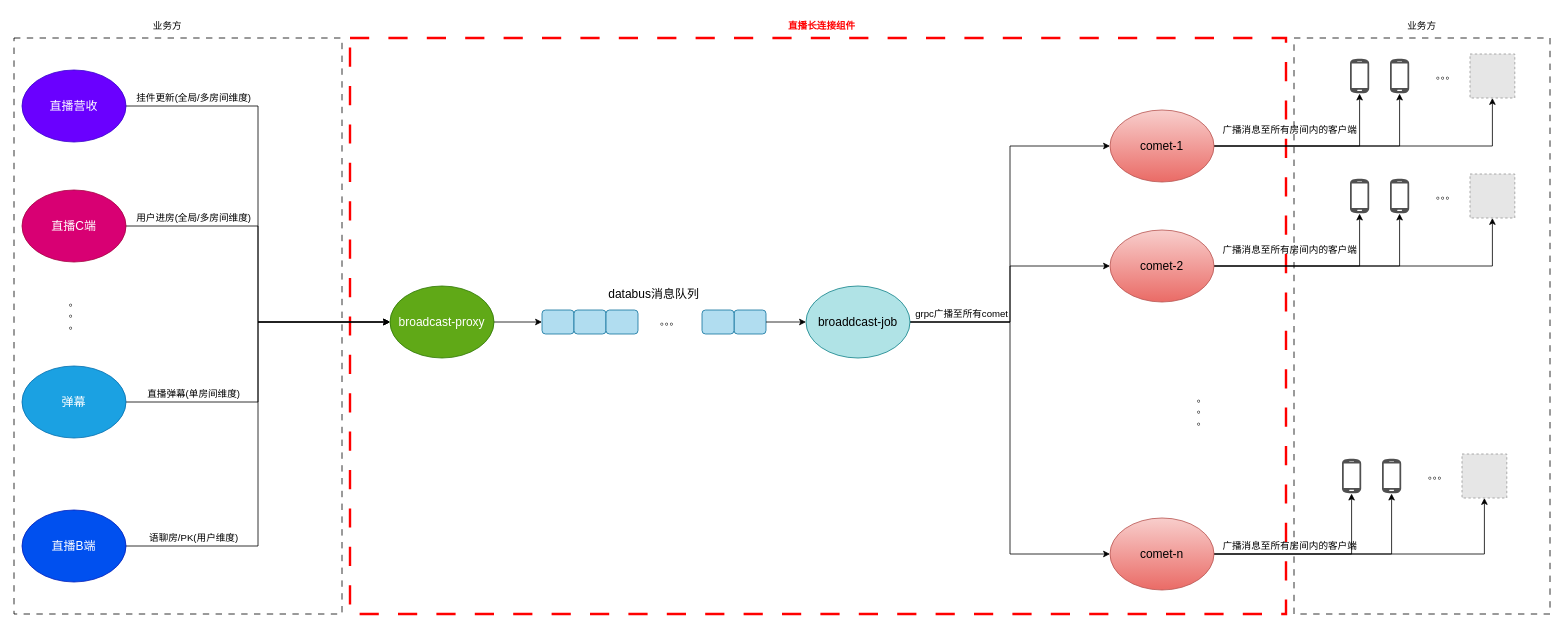
Before: 直播长连接基础架构.drawio in smartcharles/tech_draw, a draw.io diagram. Source tidied: cells renumbered, new cells numbered last; positions are measured from the earlier drawing's top-left corner, leaving out a move shared by most shapes. Both pictures are drawn from the tidied source at 80%, with x=0, y=0 at pixel (14, 14). Pictures stored in the file or linked from it are replaced by grey dashed boxes.
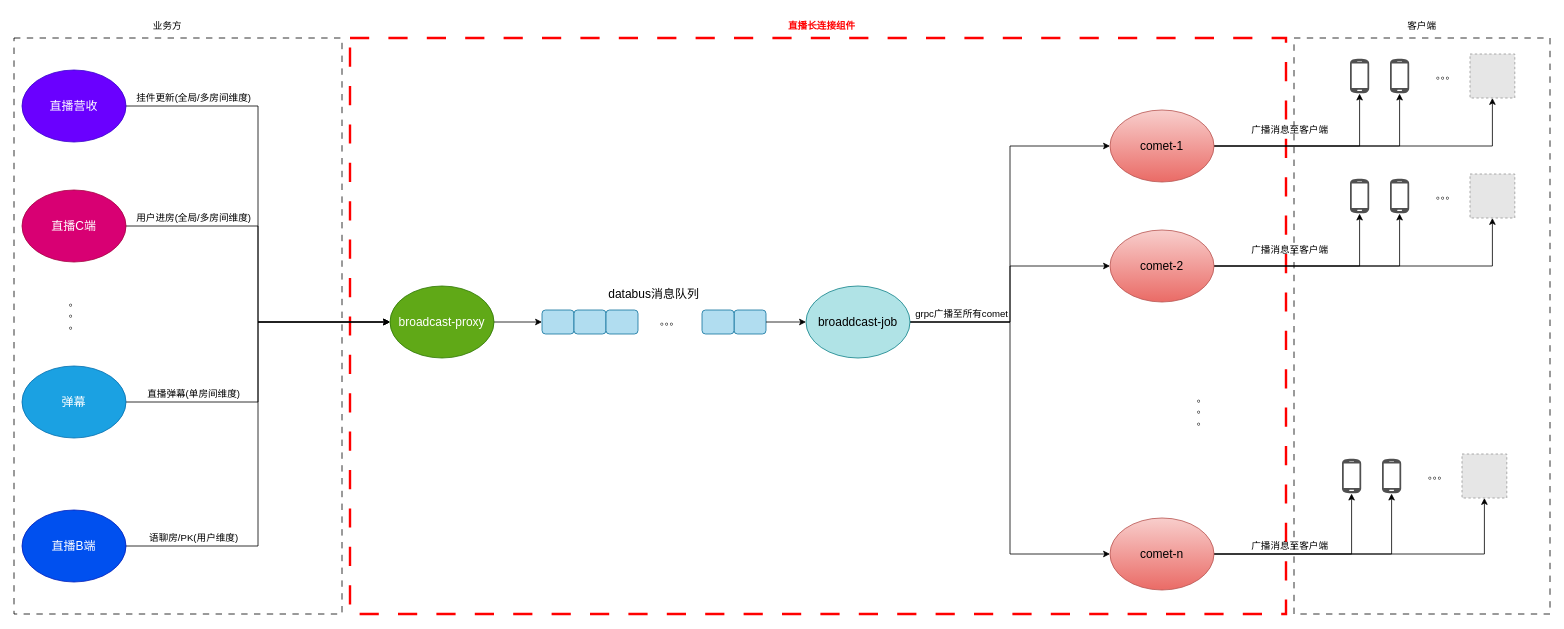
Above is the later version.

Commit message:
更新直播长连接基础架构.drawio

The edit, as a diff of the source:
```diff
@@
-    <mxCell id="60" value="业务方" style="text;strokeColor=none;align=center;fillColor=none;html=1;verticalAlign=middle;whiteSpace=wrap;rounded=0;" parent="1" vertex="1">
+    <mxCell id="60" value="客户端" style="text;strokeColor=none;align=center;fillColor=none;html=1;verticalAlign=middle;whiteSpace=wrap;rounded=0;" parent="1" vertex="1">
       <mxGeometry x="1730" width="60" height="30" as="geometry" />
     </mxCell>
@@
-    <mxCell id="66" value="广播消息至所有房间内的客户端" style="text;strokeColor=none;align=center;fillColor=none;html=1;verticalAlign=middle;whiteSpace=wrap;rounded=0;fontSize=12;fontFamily=Helvetica;fontColor=default;" parent="1" vertex="1">
+    <mxCell id="66" value="广播消息至客户端" style="text;strokeColor=none;align=center;fillColor=none;html=1;verticalAlign=middle;whiteSpace=wrap;rounded=0;fontSize=12;fontFamily=Helvetica;fontColor=default;" parent="1" vertex="1">
       <mxGeometry x="1510" y="130" width="170" height="30" as="geometry" />
     </mxCell>
-    <mxCell id="67" value="广播消息至所有房间内的客户端" style="text;strokeColor=none;align=center;fillColor=none;html=1;verticalAlign=middle;whiteSpace=wrap;rounded=0;fontSize=12;fontFamily=Helvetica;fontColor=default;" parent="1" vertex="1">
+    <mxCell id="67" value="广播消息至客户端" style="text;strokeColor=none;align=center;fillColor=none;html=1;verticalAlign=middle;whiteSpace=wrap;rounded=0;fontSize=12;fontFamily=Helvetica;fontColor=default;" parent="1" vertex="1">
       <mxGeometry x="1510" y="280" width="170" height="30" as="geometry" />
     </mxCell>
-    <mxCell id="68" value="广播消息至所有房间内的客户端" style="text;strokeColor=none;align=center;fillColor=none;html=1;verticalAlign=middle;whiteSpace=wrap;rounded=0;fontSize=12;fontFamily=Helvetica;fontColor=default;" parent="1" vertex="1">
+    <mxCell id="68" value="广播消息至客户端" style="text;strokeColor=none;align=center;fillColor=none;html=1;verticalAlign=middle;whiteSpace=wrap;rounded=0;fontSize=12;fontFamily=Helvetica;fontColor=default;" parent="1" vertex="1">
       <mxGeometry x="1510" y="650" width="170" height="30" as="geometry" />
     </mxCell>
```
